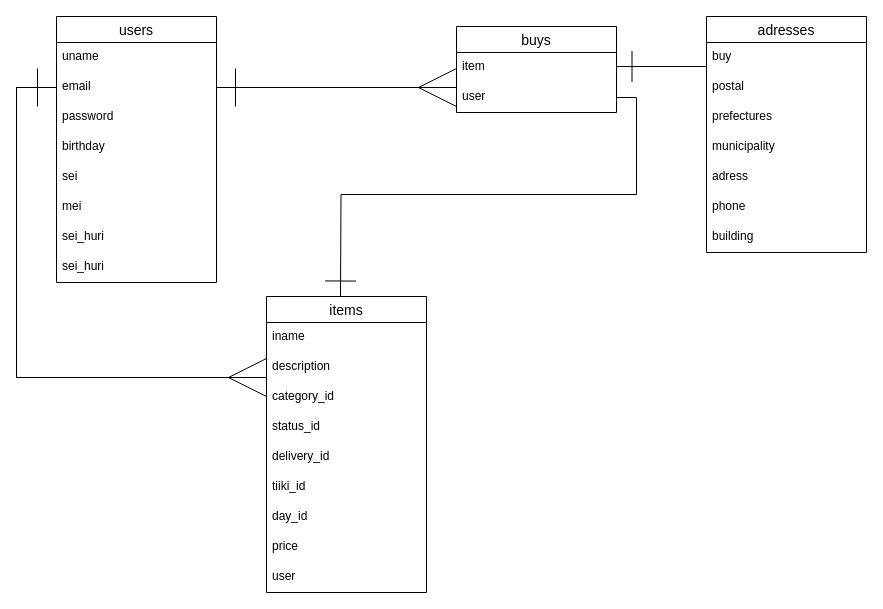
The draw.io diagram README.dio in oomugiwakaba/furima-34024, before the edit. Source tidied: cells renumbered, new cells numbered last; positions are measured from the earlier drawing's top-left corner, leaving out a move shared by most shapes. Both pictures are drawn from the tidied source at 100%, with x=0, y=0 at pixel (16, 16).
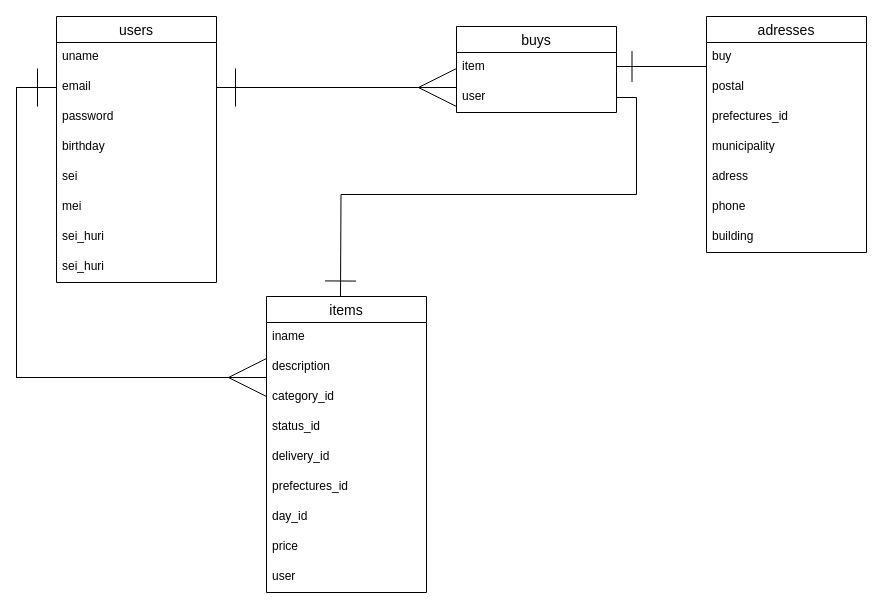
Above is the later version.

Unchanged cells that the change refers to:
```xml
<mxCell id="14" value="items" style="swimlane;fontStyle=0;horizontal=1;startSize=26;align=center;fontSize=14;" parent="1" vertex="1">
  <mxGeometry x="250" y="280" width="160" height="296" as="geometry" />
</mxCell>
<mxCell id="24" value="adresses" style="swimlane;fontStyle=0;horizontal=1;startSize=26;align=center;fontSize=14;" parent="1" vertex="1">
  <mxGeometry x="690" width="160" height="236" as="geometry" />
</mxCell>
```

Change to the diagram source:
```diff
@@
-    <mxCell id="20" value="tiiki_id" style="text;strokeColor=none;fillColor=none;spacingLeft=4;spacingRight=4;overflow=hidden;fontSize=12;" parent="14" vertex="1">
+    <mxCell id="20" value="prefectures_id" style="text;strokeColor=none;fillColor=none;spacingLeft=4;spacingRight=4;overflow=hidden;fontSize=12;" parent="14" vertex="1">
       <mxGeometry y="176" width="160" height="30" as="geometry" />
     </mxCell>
@@
-    <mxCell id="27" value="prefectures" style="text;strokeColor=none;fillColor=none;spacingLeft=4;spacingRight=4;overflow=hidden;fontSize=12;" parent="24" vertex="1">
+    <mxCell id="27" value="prefectures_id" style="text;strokeColor=none;fillColor=none;spacingLeft=4;spacingRight=4;overflow=hidden;fontSize=12;" parent="24" vertex="1">
       <mxGeometry y="86" width="160" height="30" as="geometry" />
     </mxCell>
```
